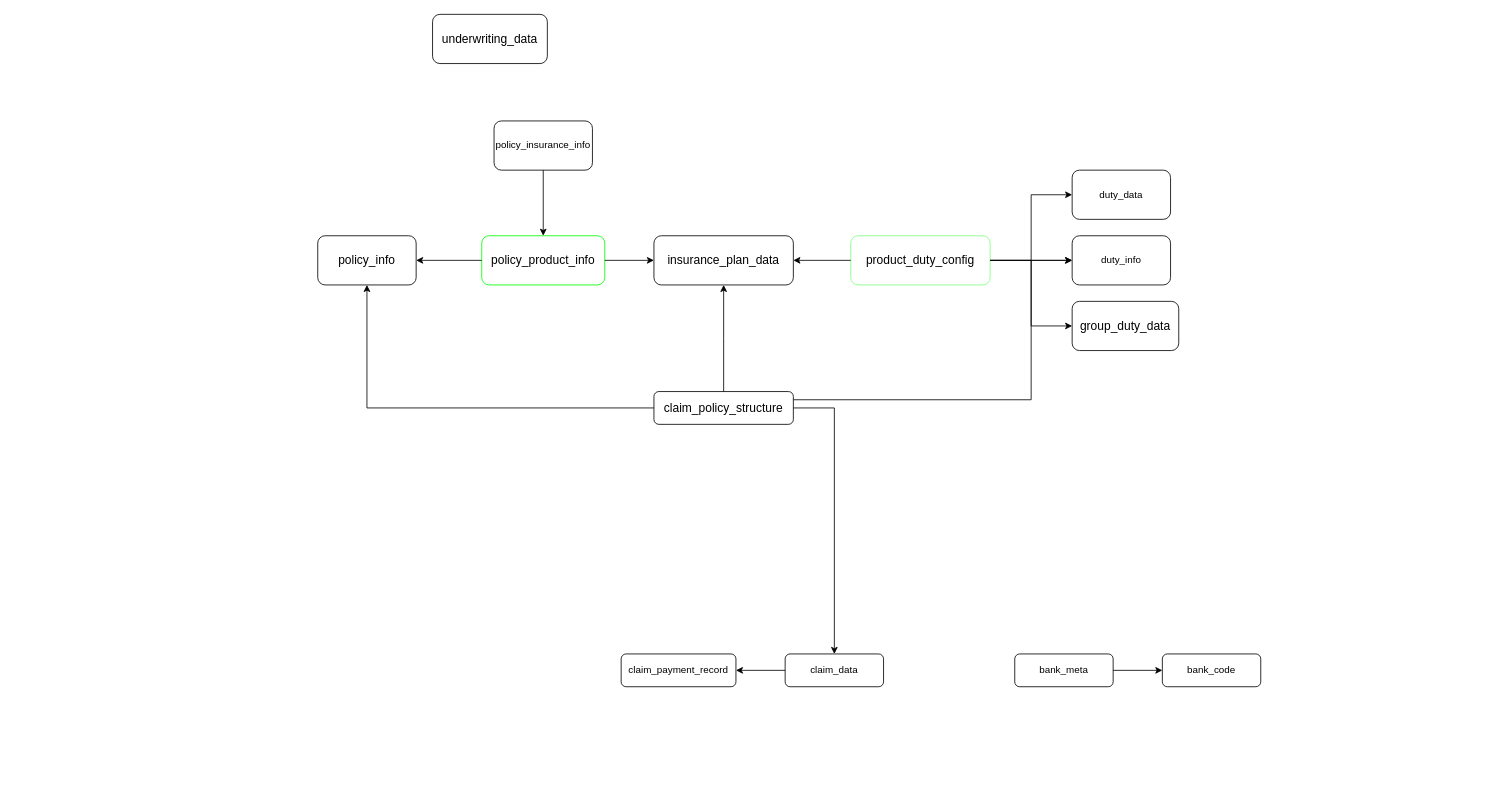
XiaoLiuAI/diagrams keeps this draw.io diagram as hcp_cs_db_schema.drawio. Above is the earlier version. Source tidied: cells renumbered, new cells numbered last; positions are measured from the earlier drawing's top-left corner, leaving out a move shared by most shapes. Both pictures are drawn from the tidied source at 82%, with x=0, y=0 at pixel (317, 14).
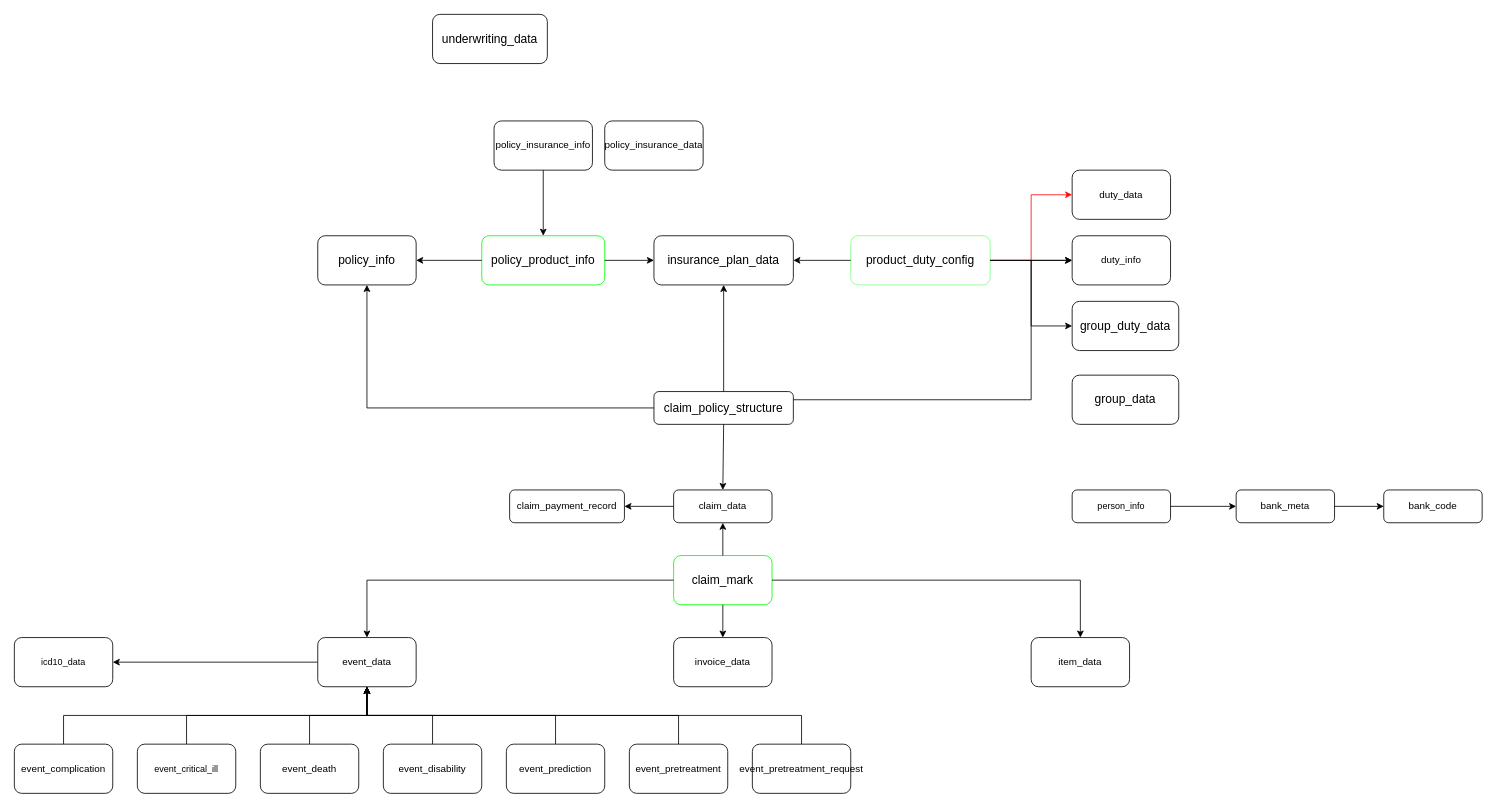
Above is the later version.

Unchanged cells that the change refers to:
```xml
<mxCell id="8" value="&lt;table style=&quot;border-collapse: collapse; width: 102pt;&quot; height=&quot;19&quot; width=&quot;136&quot;&gt;&lt;colgroup&gt;&lt;col width=&quot;136&quot;&gt;&lt;/colgroup&gt;&lt;tbody&gt;&lt;tr height=&quot;19&quot;&gt;&lt;td style=&quot;font-size: 11pt; font-family: Calibri; vertical-align: bottom; height: 14.25pt; width: 102pt;&quot; width=&quot;136&quot; height=&quot;19&quot; class=&quot;et2&quot;&gt;claim_policy_structure&lt;/td&gt;&lt;/tr&gt;&lt;/tbody&gt;&lt;/table&gt;" style="rounded=1;whiteSpace=wrap;html=1;" parent="1" vertex="1">
  <mxGeometry x="410" y="460" width="170" height="40" as="geometry" />
</mxCell>
<mxCell id="12" value="duty_data" style="rounded=1;whiteSpace=wrap;html=1;" parent="1" vertex="1">
  <mxGeometry x="920" y="190" width="120" height="60" as="geometry" />
</mxCell>
<mxCell id="14" value="&lt;table style=&quot;border-collapse: collapse; width: 141.75pt;&quot; height=&quot;19&quot; width=&quot;189&quot;&gt;&lt;colgroup&gt;&lt;col width=&quot;189&quot;&gt;&lt;/colgroup&gt;&lt;tbody&gt;&lt;tr height=&quot;19&quot;&gt;&lt;td style=&quot;font-size: 11pt; font-family: Calibri; vertical-align: bottom; height: 14.25pt; width: 141.75pt;&quot; width=&quot;189&quot; height=&quot;19&quot; class=&quot;et1&quot;&gt;product_duty_config&lt;/td&gt;&lt;/tr&gt;&lt;/tbody&gt;&lt;/table&gt;" style="rounded=1;whiteSpace=wrap;html=1;strokeColor=#7DFF81;" parent="1" vertex="1">
  <mxGeometry x="650" y="270" width="170" height="60" as="geometry" />
</mxCell>
```

Change to the diagram source:
```diff
@@
     <mxCell id="2" value="bank_meta" style="rounded=1;whiteSpace=wrap;html=1;" parent="1" vertex="1">
-      <mxGeometry x="850" y="780" width="120" height="40" as="geometry" />
+      <mxGeometry x="1120" y="580" width="120" height="40" as="geometry" />
     </mxCell>
     <mxCell id="3" value="bank_code" style="rounded=1;whiteSpace=wrap;html=1;" parent="1" vertex="1">
-      <mxGeometry x="1030" y="780" width="120" height="40" as="geometry" />
+      <mxGeometry x="1300" y="580" width="120" height="40" as="geometry" />
     </mxCell>
     <mxCell id="4" value="claim_data" style="rounded=1;whiteSpace=wrap;html=1;" parent="1" vertex="1">
-      <mxGeometry x="570" y="780" width="120" height="40" as="geometry" />
+      <mxGeometry x="434" y="580" width="120" height="40" as="geometry" />
     </mxCell>
@@
     <mxCell id="6" value="claim_payment_record" style="rounded=1;whiteSpace=wrap;html=1;" parent="1" vertex="1">
-      <mxGeometry x="370" y="780" width="140" height="40" as="geometry" />
+      <mxGeometry x="234" y="580" width="140" height="40" as="geometry" />
     </mxCell>
@@
-    <mxCell id="9" style="edgeStyle=elbowEdgeStyle;elbow=horizontal;endArrow=classic;html=1;rounded=0;exitX=1;exitY=0.5;exitDx=0;exitDy=0;entryX=0.5;entryY=0;entryDx=0;entryDy=0;" parent="1" edge="1" source="8" target="4">
-      <mxGeometry relative="1" as="geometry">
-        <Array as="points">
-          <mxPoint x="630" y="740" />
-        </Array>
-      </mxGeometry>
-    </mxCell>
@@
-    <mxCell id="15" style="edgeStyle=elbowEdgeStyle;elbow=horizontal;endArrow=classic;html=1;rounded=0;entryX=0;entryY=0.5;entryDx=0;entryDy=0;exitX=1;exitY=0.5;exitDx=0;exitDy=0;" parent="1" edge="1" source="14" target="12">
+    <mxCell id="15" style="edgeStyle=elbowEdgeStyle;elbow=horizontal;endArrow=classic;html=1;rounded=0;entryX=0;entryY=0.5;entryDx=0;entryDy=0;exitX=1;exitY=0.5;exitDx=0;exitDy=0;strokeColor=#FF0D0D;" parent="1" edge="1" source="14" target="12">
       <mxGeometry relative="1" as="geometry" />
     </mxCell>
@@
+    <mxCell id="29" value="policy_insurance_data" style="rounded=1;whiteSpace=wrap;html=1;" parent="1" vertex="1">
+      <mxGeometry x="350" y="130" width="120" height="60" as="geometry" />
+    </mxCell>
+    <mxCell id="30" value="&lt;table style=&quot;border-collapse: collapse; width: 141.75pt;&quot; height=&quot;19&quot; width=&quot;189&quot;&gt;&lt;colgroup&gt;&lt;col width=&quot;189&quot;&gt;&lt;/colgroup&gt;&lt;tbody&gt;&lt;tr height=&quot;19&quot;&gt;&lt;td style=&quot;font-size: 11pt; font-family: Calibri; vertical-align: bottom; height: 14.25pt; width: 141.75pt;&quot; width=&quot;189&quot; height=&quot;19&quot; class=&quot;et1&quot;&gt;claim_mark&lt;/td&gt;&lt;/tr&gt;&lt;/tbody&gt;&lt;/table&gt;" style="rounded=1;whiteSpace=wrap;html=1;strokeColor=#00FF00;" parent="1" vertex="1">
+      <mxGeometry x="434" y="660" width="120" height="60" as="geometry" />
+    </mxCell>
+    <mxCell id="31" style="endArrow=classic;html=1;rounded=0;entryX=0.5;entryY=1;entryDx=0;entryDy=0;exitX=0.5;exitY=0;exitDx=0;exitDy=0;" parent="1" edge="1" source="30" target="4">
+      <mxGeometry relative="1" as="geometry" />
+    </mxCell>
+    <mxCell id="9" style="endArrow=classic;html=1;rounded=0;exitX=0.5;exitY=1;exitDx=0;exitDy=0;entryX=0.5;entryY=0;entryDx=0;entryDy=0;" parent="1" edge="1" source="8" target="4">
+      <mxGeometry relative="1" as="geometry" />
+    </mxCell>
+    <mxCell id="32" style="edgeStyle=orthogonalEdgeStyle;rounded=0;jettySize=auto;html=1;exitX=0;exitY=0.5;exitDx=0;exitDy=0;entryX=1;entryY=0.5;entryDx=0;entryDy=0;fontSize=11;strokeColor=#000000;" parent="1" edge="1" source="33" target="56">
+      <mxGeometry relative="1" as="geometry" />
+    </mxCell>
+    <mxCell id="33" value="event_data" style="rounded=1;whiteSpace=wrap;html=1;strokeColor=#000000;" parent="1" vertex="1">
+      <mxGeometry y="760" width="120" height="60" as="geometry" />
+    </mxCell>
+    <mxCell id="34" style="edgeStyle=elbowEdgeStyle;elbow=horizontal;endArrow=classic;html=1;rounded=0;entryX=0.5;entryY=0;entryDx=0;entryDy=0;exitX=0;exitY=0.5;exitDx=0;exitDy=0;" parent="1" edge="1" source="30" target="33">
+      <mxGeometry relative="1" as="geometry">
+        <Array as="points">
+          <mxPoint x="60" y="720" />
+        </Array>
+      </mxGeometry>
+    </mxCell>
+    <mxCell id="35" value="invoice_data" style="rounded=1;whiteSpace=wrap;html=1;strokeColor=#000000;" parent="1" vertex="1">
+      <mxGeometry x="434" y="760" width="120" height="60" as="geometry" />
+    </mxCell>
+    <mxCell id="36" value="&lt;table style=&quot;border-collapse: collapse; width: 141.75pt;&quot; height=&quot;19&quot; width=&quot;189&quot;&gt;&lt;colgroup&gt;&lt;col width=&quot;189&quot;&gt;&lt;/colgroup&gt;&lt;tbody&gt;&lt;tr height=&quot;19&quot;&gt;&lt;td style=&quot;font-size: 11pt; font-family: Calibri; vertical-align: bottom; height: 14.25pt; width: 141.75pt;&quot; width=&quot;189&quot; height=&quot;19&quot; class=&quot;et1&quot;&gt;group_data&lt;/td&gt;&lt;/tr&gt;&lt;/tbody&gt;&lt;/table&gt;" style="rounded=1;whiteSpace=wrap;html=1;" parent="1" vertex="1">
+      <mxGeometry x="920" y="440" width="130" height="60" as="geometry" />
+    </mxCell>
+    <mxCell id="37" value="item_data" style="rounded=1;whiteSpace=wrap;html=1;strokeColor=#000000;" parent="1" vertex="1">
+      <mxGeometry x="870" y="760" width="120" height="60" as="geometry" />
+    </mxCell>
+    <mxCell id="38" style="endArrow=classic;html=1;rounded=0;entryX=0.5;entryY=0;entryDx=0;entryDy=0;exitX=0.5;exitY=1;exitDx=0;exitDy=0;" parent="1" edge="1" source="30" target="35">
+      <mxGeometry relative="1" as="geometry" />
+    </mxCell>
+    <mxCell id="39" style="edgeStyle=segmentEdgeStyle;endArrow=classic;html=1;rounded=0;entryX=0.5;entryY=0;entryDx=0;entryDy=0;exitX=1;exitY=0.5;exitDx=0;exitDy=0;" parent="1" edge="1" source="30" target="37">
+      <mxGeometry relative="1" as="geometry" />
+    </mxCell>
+    <mxCell id="40" value="event_complication" style="rounded=1;whiteSpace=wrap;html=1;strokeColor=#000000;" parent="1" vertex="1">
+      <mxGeometry x="-370" y="890" width="120" height="60" as="geometry" />
+    </mxCell>
+    <mxCell id="41" style="edgeStyle=elbowEdgeStyle;elbow=vertical;endArrow=classic;html=1;rounded=0;strokeColor=#000000;exitX=0.5;exitY=0;exitDx=0;exitDy=0;entryX=0.5;entryY=1;entryDx=0;entryDy=0;" parent="1" edge="1" source="40" target="33">
+      <mxGeometry relative="1" as="geometry" />
+    </mxCell>
+    <mxCell id="42" value="&lt;table style=&quot;border-collapse: collapse; width: 141.75pt;&quot; height=&quot;19&quot; width=&quot;189&quot;&gt;&lt;colgroup&gt;&lt;col width=&quot;189&quot;&gt;&lt;/colgroup&gt;&lt;tbody&gt;&lt;tr height=&quot;19&quot;&gt;&lt;td style=&quot;font-size: 11pt; font-family: Calibri; vertical-align: bottom; height: 14.25pt; width: 141.75pt;&quot; width=&quot;189&quot; height=&quot;19&quot; class=&quot;et1&quot;&gt;&lt;font style=&quot;font-size: 11px;&quot;&gt;event_critical_ill&lt;/font&gt;&lt;/td&gt;&lt;/tr&gt;&lt;/tbody&gt;&lt;/table&gt;" style="rounded=1;whiteSpace=wrap;html=1;strokeColor=#000000;" parent="1" vertex="1">
+      <mxGeometry x="-220" y="890" width="120" height="60" as="geometry" />
+    </mxCell>
+    <mxCell id="43" style="edgeStyle=elbowEdgeStyle;elbow=vertical;endArrow=classic;html=1;rounded=0;strokeColor=#000000;exitX=0.5;exitY=0;exitDx=0;exitDy=0;entryX=0.5;entryY=1;entryDx=0;entryDy=0;" parent="1" edge="1" source="42" target="33">
+      <mxGeometry relative="1" as="geometry" />
+    </mxCell>
+    <mxCell id="44" value="event_death" style="rounded=1;whiteSpace=wrap;html=1;strokeColor=#000000;" parent="1" vertex="1">
+      <mxGeometry x="-70" y="890" width="120" height="60" as="geometry" />
+    </mxCell>
+    <mxCell id="45" value="event_disability" style="rounded=1;whiteSpace=wrap;html=1;strokeColor=#000000;" parent="1" vertex="1">
+      <mxGeometry x="80" y="890" width="120" height="60" as="geometry" />
+    </mxCell>
+    <mxCell id="46" value="event_prediction" style="rounded=1;whiteSpace=wrap;html=1;strokeColor=#000000;" parent="1" vertex="1">
+      <mxGeometry x="230" y="890" width="120" height="60" as="geometry" />
+    </mxCell>
+    <mxCell id="47" style="edgeStyle=elbowEdgeStyle;elbow=vertical;endArrow=classic;html=1;rounded=0;strokeColor=#000000;exitX=0.5;exitY=0;exitDx=0;exitDy=0;entryX=0.5;entryY=1;entryDx=0;entryDy=0;" parent="1" edge="1" source="44" target="33">
+      <mxGeometry relative="1" as="geometry" />
+    </mxCell>
+    <mxCell id="48" style="edgeStyle=elbowEdgeStyle;elbow=vertical;endArrow=classic;html=1;rounded=0;strokeColor=#000000;exitX=0.5;exitY=0;exitDx=0;exitDy=0;entryX=0.5;entryY=1;entryDx=0;entryDy=0;" parent="1" edge="1" source="45" target="33">
+      <mxGeometry relative="1" as="geometry" />
+    </mxCell>
+    <mxCell id="49" style="edgeStyle=elbowEdgeStyle;elbow=vertical;endArrow=classic;html=1;rounded=0;strokeColor=#000000;exitX=0.5;exitY=0;exitDx=0;exitDy=0;" parent="1" edge="1" source="46">
+      <mxGeometry relative="1" as="geometry">
+        <mxPoint x="60" y="820" as="targetPoint" />
+      </mxGeometry>
+    </mxCell>
+    <mxCell id="50" value="event_pretreatment_request" style="rounded=1;whiteSpace=wrap;html=1;strokeColor=#000000;" parent="1" vertex="1">
+      <mxGeometry x="530" y="890" width="120" height="60" as="geometry" />
+    </mxCell>
+    <mxCell id="51" value="event_pretreatment" style="rounded=1;whiteSpace=wrap;html=1;strokeColor=#000000;" parent="1" vertex="1">
+      <mxGeometry x="380" y="890" width="120" height="60" as="geometry" />
+    </mxCell>
+    <mxCell id="52" style="edgeStyle=elbowEdgeStyle;elbow=vertical;endArrow=classic;html=1;rounded=0;strokeColor=#000000;entryX=0.5;entryY=1;entryDx=0;entryDy=0;" parent="1" edge="1" source="51" target="33">
+      <mxGeometry relative="1" as="geometry" />
+    </mxCell>
+    <mxCell id="53" style="edgeStyle=elbowEdgeStyle;elbow=vertical;endArrow=classic;html=1;rounded=0;strokeColor=#000000;exitX=0.5;exitY=0;exitDx=0;exitDy=0;entryX=0.5;entryY=1;entryDx=0;entryDy=0;" parent="1" edge="1" source="50" target="33">
+      <mxGeometry relative="1" as="geometry" />
+    </mxCell>
+    <mxCell id="54" value="person_info" style="rounded=1;whiteSpace=wrap;html=1;fontSize=11;strokeColor=#000000;" parent="1" vertex="1">
+      <mxGeometry x="920" y="580" width="120" height="40" as="geometry" />
+    </mxCell>
+    <mxCell id="55" style="endArrow=classic;html=1;rounded=0;fontSize=11;strokeColor=#000000;entryX=0;entryY=0.5;entryDx=0;entryDy=0;exitX=1;exitY=0.5;exitDx=0;exitDy=0;" parent="1" edge="1" source="54" target="2">
+      <mxGeometry relative="1" as="geometry" />
+    </mxCell>
+    <mxCell id="56" value="icd10_data" style="rounded=1;whiteSpace=wrap;html=1;fontSize=11;strokeColor=#000000;" parent="1" vertex="1">
+      <mxGeometry x="-370" y="760" width="120" height="60" as="geometry" />
+    </mxCell>
```
